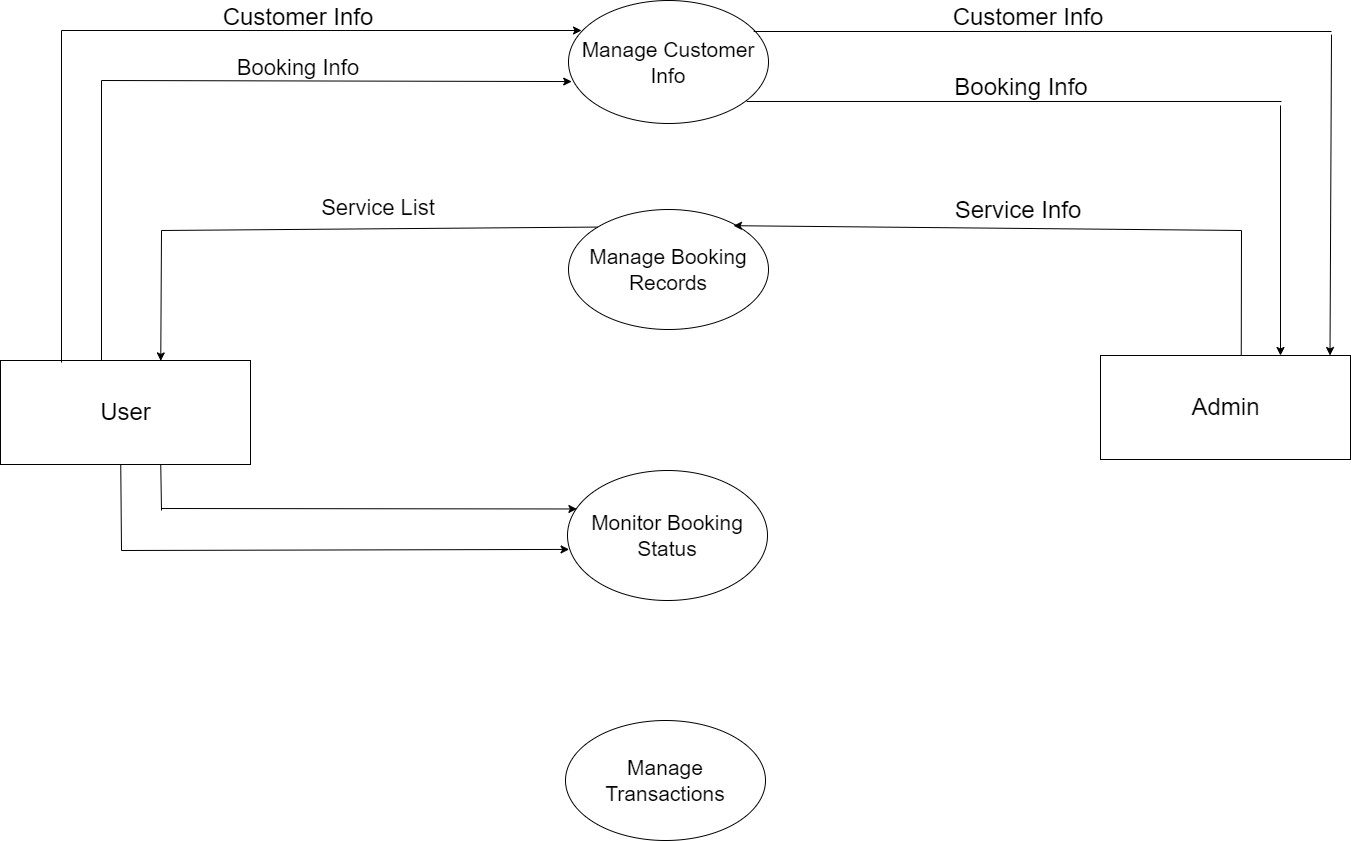
The draw.io diagram lvl1dfd.drawio.png in MNMTH/Test3, before a commit. Source tidied: cells renumbered, new cells last; positions are measured from the earlier drawing's top-left corner, leaving out a move shared by most shapes.
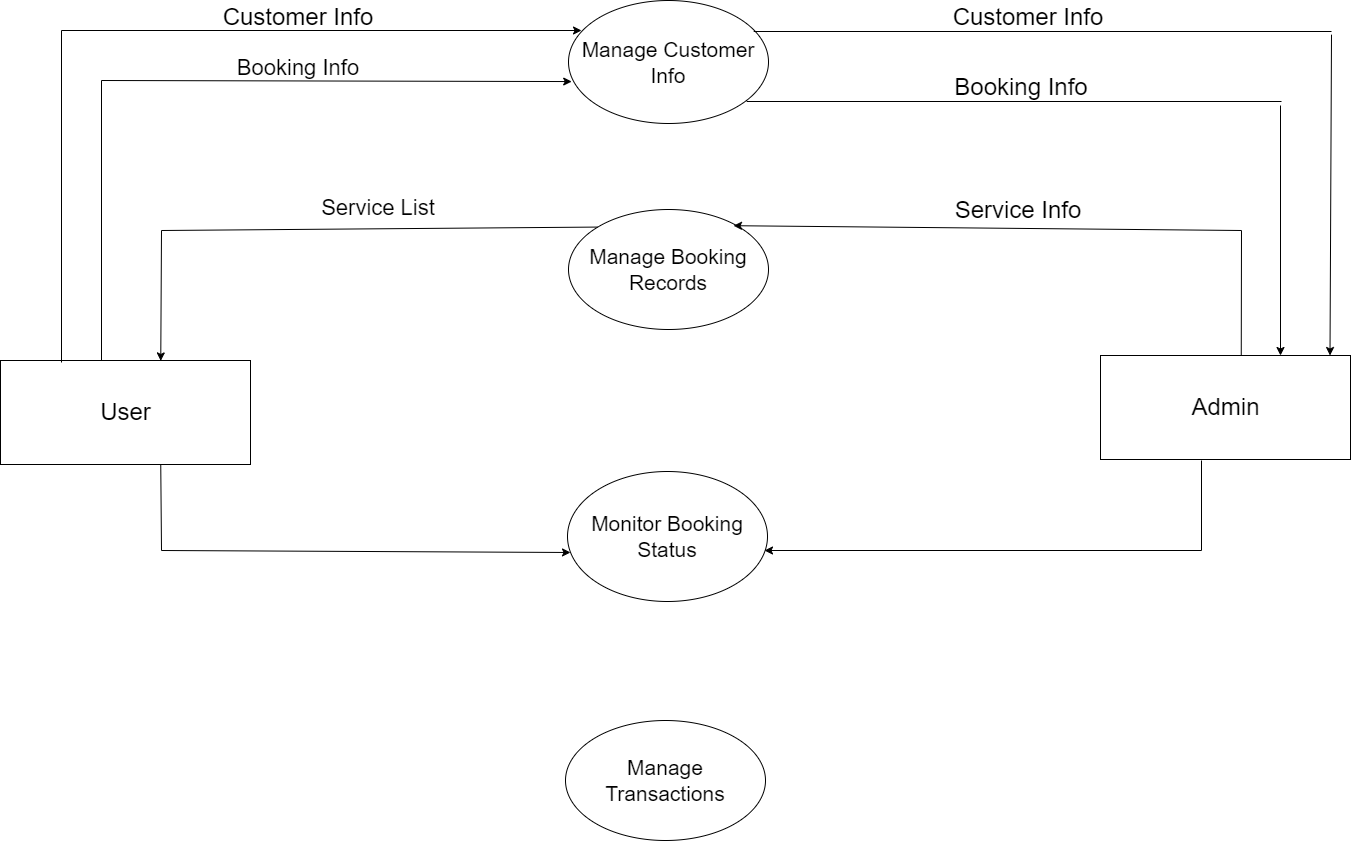
Above is the later version.

Diff of the diagram source:
```diff
@@ -12,7 +12,7 @@
       <mxGeometry x="568" y="209" width="200" height="120" as="geometry" />
     </mxCell>
     <mxCell id="5" value="&lt;font style=&quot;font-size: 21px;&quot;&gt;Monitor Booking&lt;br&gt;Status&lt;br&gt;&lt;/font&gt;" style="ellipse;whiteSpace=wrap;html=1;align=center;" parent="1" vertex="1">
-      <mxGeometry x="567" y="470" width="200" height="130" as="geometry" />
+      <mxGeometry x="567" y="471" width="200" height="130" as="geometry" />
     </mxCell>
     <mxCell id="6" value="&lt;font style=&quot;font-size: 21px;&quot;&gt;Manage Transactions&lt;/font&gt;" style="ellipse;whiteSpace=wrap;html=1;align=center;" parent="1" vertex="1">
       <mxGeometry x="565" y="720" width="200" height="120" as="geometry" />
@@ -95,14 +95,14 @@
     <mxCell id="22" value="Service Info" style="text;html=1;strokeColor=none;fillColor=none;align=center;verticalAlign=middle;whiteSpace=wrap;rounded=0;fontSize=24;" parent="1" vertex="1">
       <mxGeometry x="938" y="195" width="160" height="30" as="geometry" />
     </mxCell>
-    <mxCell id="23" style="endArrow=classic;html=1;rounded=0;fontSize=24;entryX=0.047;entryY=0.296;entryDx=0;entryDy=0;entryPerimeter=0;" parent="1" edge="1" target="5">
+    <mxCell id="23" style="endArrow=classic;html=1;rounded=0;fontSize=24;entryX=0.015;entryY=0.623;entryDx=0;entryDy=0;entryPerimeter=0;" parent="1" edge="1" target="5">
       <mxGeometry relative="1" as="geometry">
-        <mxPoint x="161" y="508" as="sourcePoint" />
+        <mxPoint x="161" y="550" as="sourcePoint" />
       </mxGeometry>
     </mxCell>
     <mxCell id="24" style="endArrow=none;html=1;rounded=0;fontSize=24;exitX=0.641;exitY=1.002;exitDx=0;exitDy=0;exitPerimeter=0;" parent="1" edge="1" source="2">
       <mxGeometry relative="1" as="geometry">
-        <mxPoint x="161" y="510" as="targetPoint" />
+        <mxPoint x="161" y="550" as="targetPoint" />
       </mxGeometry>
     </mxCell>
     <mxCell id="25" value="Customer Info" style="text;html=1;strokeColor=none;fillColor=none;align=center;verticalAlign=middle;whiteSpace=wrap;rounded=0;fontSize=24;" parent="1" vertex="1">
@@ -114,16 +114,17 @@
     <mxCell id="27" value="&lt;font style=&quot;font-size: 22px;&quot;&gt;Service List&lt;/font&gt;" style="text;html=1;strokeColor=none;fillColor=none;align=center;verticalAlign=middle;whiteSpace=wrap;rounded=0;fontSize=24;" parent="1" vertex="1">
       <mxGeometry x="298" y="192" width="160" height="30" as="geometry" />
     </mxCell>
-    <mxCell id="28" style="endArrow=none;html=1;rounded=0;fontSize=24;exitX=0.641;exitY=1.002;exitDx=0;exitDy=0;exitPerimeter=0;" parent="1" edge="1">
-      <mxGeometry relative="1" as="geometry">
-        <mxPoint x="120.2" y="464.2" as="sourcePoint" />
-        <mxPoint x="121" y="550" as="targetPoint" />
-      </mxGeometry>
-    </mxCell>
-    <mxCell id="29" style="endArrow=classic;html=1;rounded=0;fontSize=24;entryX=0.008;entryY=0.607;entryDx=0;entryDy=0;entryPerimeter=0;" parent="1" edge="1" target="5">
-      <mxGeometry relative="1" as="geometry">
-        <mxPoint x="121" y="550" as="sourcePoint" />
-      </mxGeometry>
-    </mxCell>
+    <mxCell id="30" style="endArrow=classic;html=1;rounded=0;fontSize=24;entryX=0.015;entryY=0.623;entryDx=0;entryDy=0;entryPerimeter=0;" parent="1" edge="1">
+      <mxGeometry relative="1" as="geometry">
+        <mxPoint x="1201" y="550" as="sourcePoint" />
+        <mxPoint x="764" y="550" as="targetPoint" />
+      </mxGeometry>
+    </mxCell>
+    <mxCell id="31" style="endArrow=none;html=1;rounded=0;fontSize=24;" parent="1" edge="1">
+      <mxGeometry relative="1" as="geometry">
+        <mxPoint x="1201" y="460" as="sourcePoint" />
+        <mxPoint x="1201" y="550" as="targetPoint" />
+      </mxGeometry>
+    </mxCell>
   </root>
 </mxGraphModel>
```
